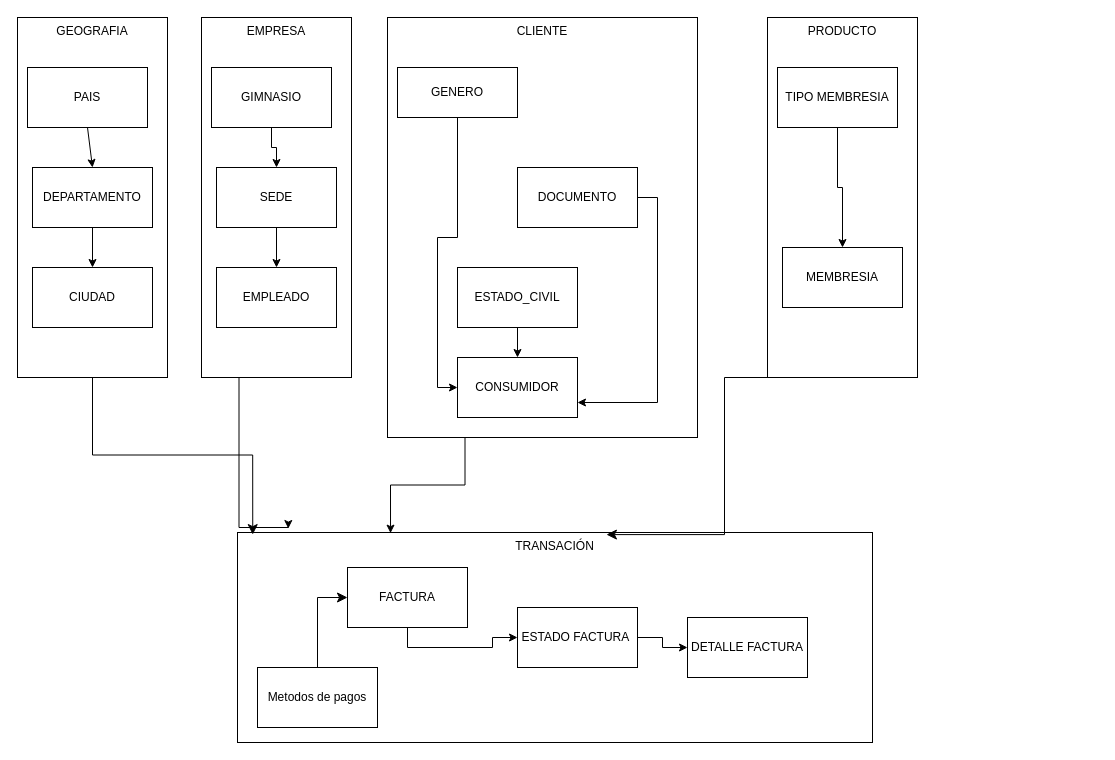
Above: page "OBJECTOSRELACIONALES" (5 of 6) of 1.Planear/MAKUMBASPORTS.drawio in Ale-pool/MAKUMBASPORTS (draw.io), before the change. Source tidied: cells renumbered, new cells numbered last; positions are measured from the earlier drawing's top-left corner, leaving out a move shared by most shapes. Both pictures are drawn from the tidied source at 100%, with x=0, y=0 at pixel (17, 17).
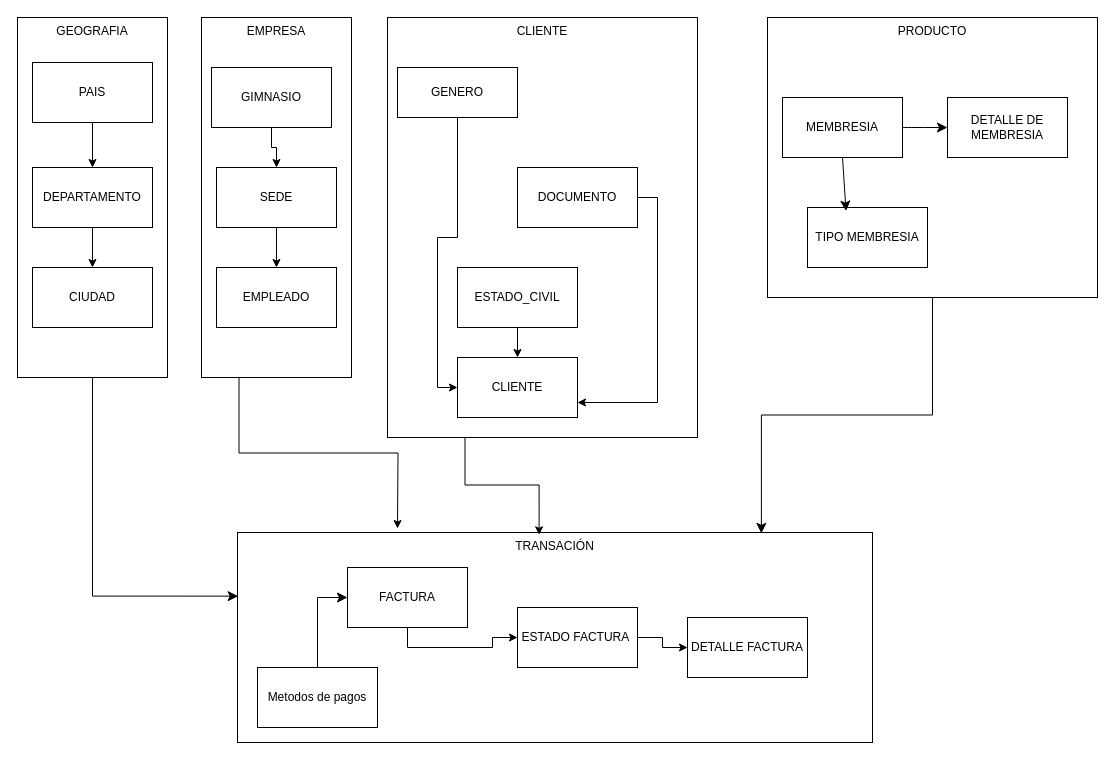
After the change.

The change refers to these unchanged cells:
```xml
<mxCell id="2" value="GEOGRAFIA" style="rounded=0;whiteSpace=wrap;html=1;verticalAlign=top;" parent="1" vertex="1">
  <mxGeometry width="150" height="360" as="geometry" />
</mxCell>
<mxCell id="8" value="EMPRESA" style="rounded=0;whiteSpace=wrap;html=1;verticalAlign=top;" parent="1" vertex="1">
  <mxGeometry x="184" width="150" height="360" as="geometry" />
</mxCell>
<mxCell id="14" value="CLIENTE" style="rounded=0;whiteSpace=wrap;html=1;verticalAlign=top;" parent="1" vertex="1">
  <mxGeometry x="370" width="310" height="420" as="geometry" />
</mxCell>
<mxCell id="26" value="TRANSACIÓN" style="rounded=0;whiteSpace=wrap;html=1;verticalAlign=top;" parent="1" vertex="1">
  <mxGeometry x="220" y="515" width="635" height="210" as="geometry" />
</mxCell>
```

Diff of the diagram source:
```diff
@@
     <mxCell id="4" value="PAIS" style="rounded=0;whiteSpace=wrap;html=1;" parent="1" vertex="1">
-      <mxGeometry x="10" y="50" width="120" height="60" as="geometry" />
+      <mxGeometry x="15" y="45" width="120" height="60" as="geometry" />
     </mxCell>
@@
-    <mxCell id="21" value="CONSUMIDOR" style="rounded=0;whiteSpace=wrap;html=1;" parent="1" vertex="1">
+    <mxCell id="21" value="CLIENTE" style="rounded=0;whiteSpace=wrap;html=1;" parent="1" vertex="1">
       <mxGeometry x="440" y="340" width="120" height="60" as="geometry" />
     </mxCell>
     <mxCell id="22" value="PRODUCTO" style="rounded=0;whiteSpace=wrap;html=1;verticalAlign=top;" parent="1" vertex="1">
-      <mxGeometry x="750" width="150" height="360" as="geometry" />
+      <mxGeometry x="750" width="330" height="280" as="geometry" />
     </mxCell>
-    <mxCell id="23" style="edgeStyle=orthogonalEdgeStyle;rounded=0;jettySize=auto;html=1;exitX=0.5;exitY=1;exitDx=0;exitDy=0;" parent="1" edge="1" source="24" target="25">
-      <mxGeometry relative="1" as="geometry" />
-    </mxCell>
     <mxCell id="24" value="TIPO MEMBRESIA" style="rounded=0;whiteSpace=wrap;html=1;" parent="1" vertex="1">
-      <mxGeometry x="760" y="50" width="120" height="60" as="geometry" />
+      <mxGeometry x="790" y="190" width="120" height="60" as="geometry" />
     </mxCell>
+    <mxCell id="38" style="edgeStyle=none;curved=1;rounded=0;jettySize=auto;html=1;exitX=1;exitY=0.5;exitDx=0;exitDy=0;entryX=0;entryY=0.5;entryDx=0;entryDy=0;fontSize=12;startSize=8;endSize=8;" parent="1" edge="1" source="25" target="39">
+      <mxGeometry relative="1" as="geometry" />
+    </mxCell>
     <mxCell id="25" value="MEMBRESIA" style="rounded=0;whiteSpace=wrap;html=1;" parent="1" vertex="1">
-      <mxGeometry x="765" y="230" width="120" height="60" as="geometry" />
+      <mxGeometry x="765" y="80" width="120" height="60" as="geometry" />
     </mxCell>
@@
-    <mxCell id="32" style="edgeStyle=orthogonalEdgeStyle;rounded=0;jettySize=auto;html=1;exitX=0.25;exitY=1;exitDx=0;exitDy=0;entryX=0.241;entryY=0.003;entryDx=0;entryDy=0;entryPerimeter=0;" parent="1" edge="1" source="14" target="26">
+    <mxCell id="32" style="edgeStyle=orthogonalEdgeStyle;rounded=0;jettySize=auto;html=1;exitX=0.25;exitY=1;exitDx=0;exitDy=0;entryX=0.475;entryY=0.011;entryDx=0;entryDy=0;entryPerimeter=0;" parent="1" edge="1" source="14" target="26">
       <mxGeometry relative="1" as="geometry" />
     </mxCell>
-    <mxCell id="33" style="edgeStyle=elbowEdgeStyle;rounded=0;jettySize=auto;html=1;exitX=0.25;exitY=1;exitDx=0;exitDy=0;entryX=0.08;entryY=-0.019;entryDx=0;entryDy=0;entryPerimeter=0;elbow=vertical;" parent="1" edge="1" source="8" target="26">
+    <mxCell id="33" style="edgeStyle=orthogonalEdgeStyle;rounded=0;jettySize=auto;html=1;exitX=0.25;exitY=1;exitDx=0;exitDy=0;elbow=vertical;" parent="1" edge="1" source="8">
       <mxGeometry relative="1" as="geometry">
-        <Array as="points">
-          <mxPoint x="320" y="510" />
-        </Array>
+        <mxPoint x="380" y="511" as="targetPoint" />
       </mxGeometry>
     </mxCell>
-    <mxCell id="34" style="edgeStyle=elbowEdgeStyle;rounded=0;jettySize=auto;html=1;exitX=0.5;exitY=1;exitDx=0;exitDy=0;entryX=0.581;entryY=0.01;entryDx=0;entryDy=0;entryPerimeter=0;fontSize=12;startSize=8;endSize=8;" parent="1" edge="1" source="22" target="26">
+    <mxCell id="34" style="rounded=0;jettySize=auto;html=1;exitX=0.5;exitY=1;exitDx=0;exitDy=0;fontSize=12;startSize=8;endSize=8;entryX=0.825;entryY=0.004;entryDx=0;entryDy=0;entryPerimeter=0;edgeStyle=orthogonalEdgeStyle;" parent="1" edge="1" source="22" target="26">
       <mxGeometry relative="1" as="geometry" />
     </mxCell>
-    <mxCell id="35" style="edgeStyle=orthogonalEdgeStyle;rounded=0;jettySize=auto;html=1;exitX=0.5;exitY=1;exitDx=0;exitDy=0;entryX=0.024;entryY=0.01;entryDx=0;entryDy=0;entryPerimeter=0;fontSize=12;startSize=8;endSize=8;" parent="1" edge="1" source="2" target="26">
+    <mxCell id="35" style="edgeStyle=orthogonalEdgeStyle;rounded=0;jettySize=auto;html=1;exitX=0.5;exitY=1;exitDx=0;exitDy=0;fontSize=12;startSize=8;endSize=8;entryX=0.001;entryY=0.303;entryDx=0;entryDy=0;entryPerimeter=0;" parent="1" edge="1" source="2" target="26">
       <mxGeometry relative="1" as="geometry" />
     </mxCell>
@@
+    <mxCell id="39" value="DETALLE DE MEMBRESIA" style="rounded=0;whiteSpace=wrap;html=1;" parent="1" vertex="1">
+      <mxGeometry x="930" y="80" width="120" height="60" as="geometry" />
+    </mxCell>
+    <mxCell id="40" style="rounded=0;jettySize=auto;html=1;exitX=0.5;exitY=1;exitDx=0;exitDy=0;entryX=0.321;entryY=0.06;entryDx=0;entryDy=0;entryPerimeter=0;fontSize=12;startSize=8;endSize=8;" parent="1" edge="1" source="25" target="24">
+      <mxGeometry relative="1" as="geometry" />
+    </mxCell>
```
